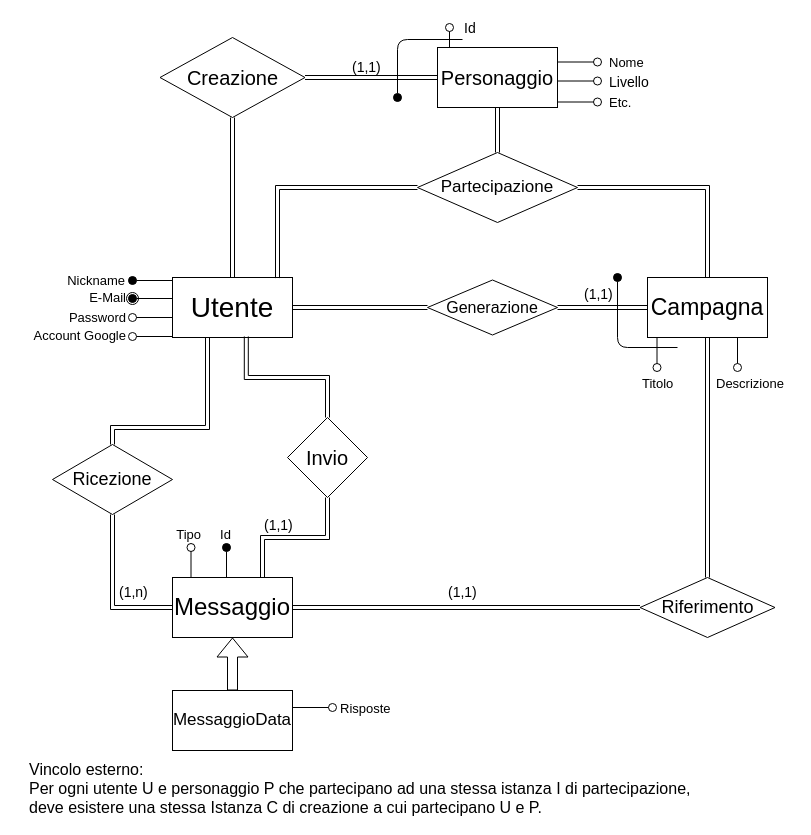
The draw.io diagram Schema ER/Untitled Diagram.drawio in PlusPlusUltra/RPG-Campaign-Manager, before the edit. Source tidied: cells renumbered, new cells numbered last; positions are measured from the earlier drawing's top-left corner, leaving out a move shared by most shapes. Both pictures are drawn from the tidied source at 100%, with x=0, y=0 at pixel (17, 17).
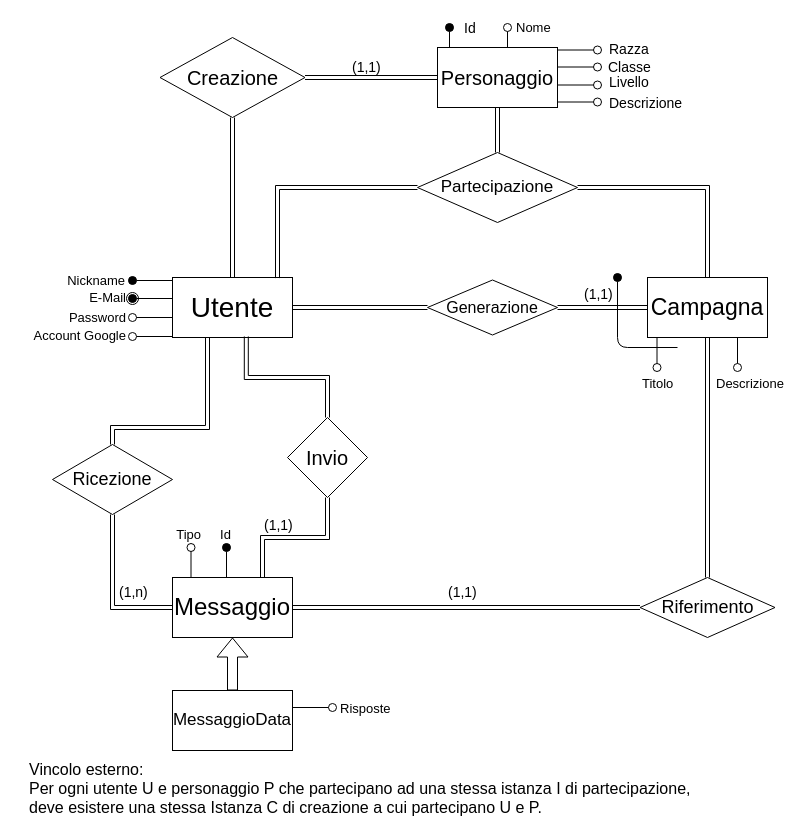
The same page after the edit.

Commit message (it also covers changes not shown here):
aggiornato schema ER

Diff of the diagram source:
```diff
@@
     <mxCell id="27" value="&lt;font style=&quot;font-size: 13px&quot;&gt;Nome&lt;/font&gt;" style="text;html=1;align=left;verticalAlign=top;spacingTop=-4;" parent="1" vertex="1">
-      <mxGeometry x="590" y="35" width="50" height="20" as="geometry" />
+      <mxGeometry x="497" width="50" height="20" as="geometry" />
     </mxCell>
@@
-    <mxCell id="29" value="&lt;font style=&quot;font-size: 13px&quot;&gt;Etc.&lt;/font&gt;" style="text;html=1;align=left;verticalAlign=top;spacingTop=-4;" parent="1" vertex="1">
-      <mxGeometry x="590" y="75" width="40" height="20" as="geometry" />
+    <mxCell id="29" value="&lt;font style=&quot;font-size: 14px&quot;&gt;Descrizione&lt;/font&gt;" style="text;html=1;align=left;verticalAlign=top;spacingTop=-4;" parent="1" vertex="1">
+      <mxGeometry x="590" y="75" width="90" height="20" as="geometry" />
     </mxCell>
-    <mxCell id="30" style="html=1;verticalAlign=bottom;startArrow=oval;startFill=1;endArrow=none;startSize=8;endFill=0;" parent="1" edge="1">
-      <mxGeometry relative="1" as="geometry">
-        <mxPoint x="380" y="80" as="sourcePoint" />
-        <mxPoint x="445" y="22" as="targetPoint" />
-        <Array as="points">
-          <mxPoint x="380" y="22" />
-        </Array>
-      </mxGeometry>
-    </mxCell>
@@
     <mxCell id="53" style="html=1;verticalAlign=bottom;startArrow=oval;startFill=0;endArrow=none;startSize=8;endFill=0;" parent="1" edge="1">
       <mxGeometry relative="1" as="geometry">
-        <mxPoint x="580" y="44.5" as="sourcePoint" />
-        <mxPoint x="540" y="44.5" as="targetPoint" />
+        <mxPoint x="580" y="49.5" as="sourcePoint" />
+        <mxPoint x="540" y="49.5" as="targetPoint" />
       </mxGeometry>
     </mxCell>
     <mxCell id="54" style="html=1;verticalAlign=bottom;startArrow=oval;startFill=0;endArrow=none;startSize=8;endFill=0;" parent="1" edge="1">
       <mxGeometry relative="1" as="geometry">
-        <mxPoint x="580" y="63.5" as="sourcePoint" />
-        <mxPoint x="540" y="63.5" as="targetPoint" />
+        <mxPoint x="580" y="67.5" as="sourcePoint" />
+        <mxPoint x="540" y="67.5" as="targetPoint" />
       </mxGeometry>
     </mxCell>
@@
-    <mxCell id="56" style="html=1;verticalAlign=bottom;startArrow=oval;startFill=0;endArrow=none;startSize=8;endFill=0;" parent="1" edge="1">
+    <mxCell id="56" style="html=1;verticalAlign=bottom;startArrow=oval;startFill=1;endArrow=none;startSize=8;endFill=0;" parent="1" edge="1">
       <mxGeometry relative="1" as="geometry">
         <mxPoint x="432" y="10" as="sourcePoint" />
         <mxPoint x="432" y="30" as="targetPoint" />
       </mxGeometry>
     </mxCell>
@@
+    <mxCell id="62" style="html=1;verticalAlign=bottom;startArrow=oval;startFill=0;endArrow=none;startSize=8;endFill=0;" parent="1" edge="1">
+      <mxGeometry relative="1" as="geometry">
+        <mxPoint x="580" y="32.5" as="sourcePoint" />
+        <mxPoint x="540" y="32.5" as="targetPoint" />
+      </mxGeometry>
+    </mxCell>
+    <mxCell id="63" style="html=1;verticalAlign=bottom;startArrow=oval;startFill=0;endArrow=none;startSize=8;endFill=0;" parent="1" edge="1">
+      <mxGeometry relative="1" as="geometry">
+        <mxPoint x="490" y="10" as="sourcePoint" />
+        <mxPoint x="490" y="30" as="targetPoint" />
+      </mxGeometry>
+    </mxCell>
+    <mxCell id="64" value="&lt;font style=&quot;font-size: 14px&quot;&gt;Razza&lt;/font&gt;" style="text;html=1;align=left;verticalAlign=top;spacingTop=-4;" parent="1" vertex="1">
+      <mxGeometry x="590" y="21" width="50" height="20" as="geometry" />
+    </mxCell>
+    <mxCell id="65" value="&lt;font style=&quot;font-size: 14px&quot;&gt;Classe&lt;/font&gt;" style="text;html=1;align=left;verticalAlign=top;spacingTop=-4;" parent="1" vertex="1">
+      <mxGeometry x="589" y="39" width="60" height="20" as="geometry" />
+    </mxCell>
```
